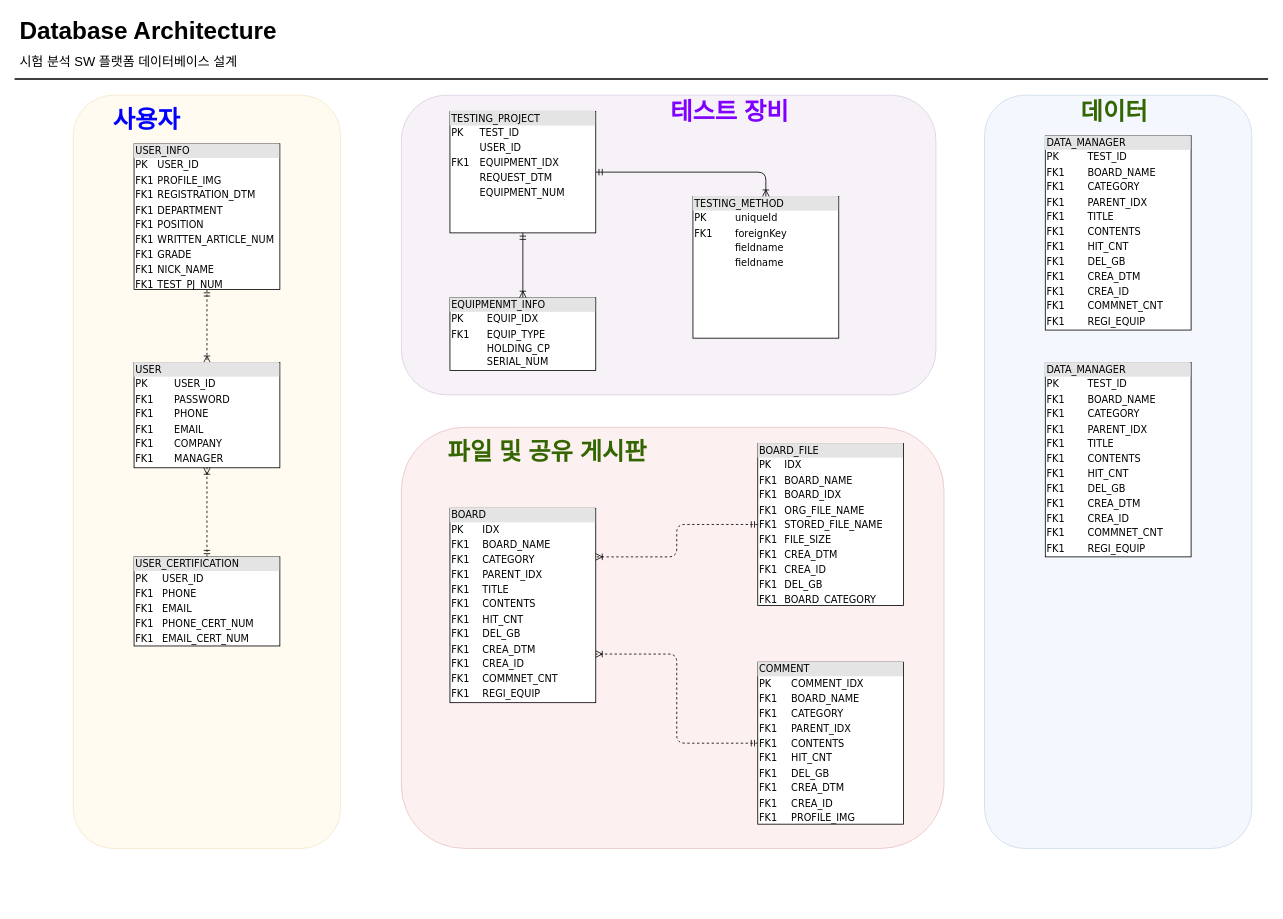
Above: DB_architecture.drawio in penzance-jshan/test (draw.io), before the change. Source tidied: cells renumbered, new cells numbered last; positions are measured from the earlier drawing's top-left corner, leaving out a move shared by most shapes. Both pictures are drawn from the tidied source at 81%, with x=0, y=0 at pixel (14, 14).
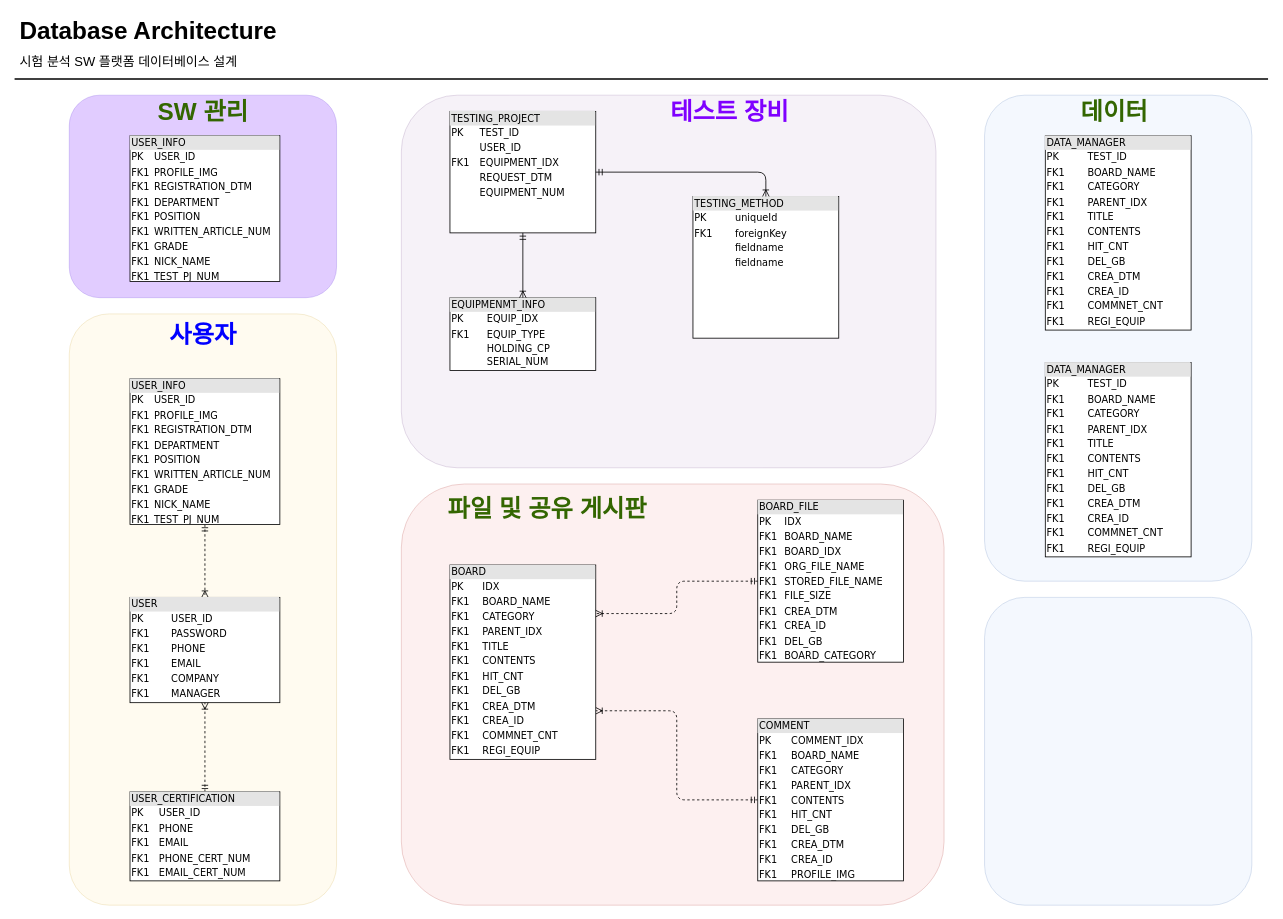
Above is the later version.

Change to the diagram source:
```diff
@@
     <mxCell id="2" style="rounded=1;whiteSpace=wrap;html=1;fillColor=#e1d5e7;strokeColor=#9673a6;opacity=30;" parent="1" vertex="1">
-      <mxGeometry x="478" y="100" width="660" height="370" as="geometry" />
+      <mxGeometry x="478" y="100" width="660" height="460" as="geometry" />
     </mxCell>
     <mxCell id="3" style="rounded=1;whiteSpace=wrap;html=1;fillColor=#f8cecc;strokeColor=#b85450;opacity=30;" parent="1" vertex="1">
-      <mxGeometry x="478" y="510" width="670" height="520" as="geometry" />
+      <mxGeometry x="478" y="580" width="670" height="520" as="geometry" />
     </mxCell>
     <mxCell id="4" style="rounded=1;whiteSpace=wrap;html=1;fillColor=#fff2cc;strokeColor=#d6b656;opacity=30;" parent="1" vertex="1">
-      <mxGeometry x="73" y="100" width="330" height="930" as="geometry" />
+      <mxGeometry x="68" y="370" width="330" height="730" as="geometry" />
     </mxCell>
@@
     <mxCell id="7" value="&lt;div style=&quot;box-sizing: border-box ; width: 100% ; background: #e4e4e4 ; padding: 2px&quot;&gt;USER&lt;/div&gt;&lt;table style=&quot;width: 100% ; font-size: 1em&quot; cellpadding=&quot;2&quot; cellspacing=&quot;0&quot;&gt;&lt;tbody&gt;&lt;tr&gt;&lt;td&gt;PK&lt;/td&gt;&lt;td&gt;USER_ID&lt;/td&gt;&lt;/tr&gt;&lt;tr&gt;&lt;td&gt;FK1&lt;/td&gt;&lt;td&gt;PASSWORD&lt;/td&gt;&lt;/tr&gt;&lt;tr&gt;&lt;td&gt;FK1&lt;/td&gt;&lt;td&gt;PHONE&lt;/td&gt;&lt;/tr&gt;&lt;tr&gt;&lt;td&gt;FK1&lt;br&gt;&lt;/td&gt;&lt;td&gt;EMAIL&lt;/td&gt;&lt;/tr&gt;&lt;tr&gt;&lt;td&gt;FK1&lt;br&gt;&lt;/td&gt;&lt;td&gt;COMPANY&lt;br&gt;&lt;/td&gt;&lt;/tr&gt;&lt;tr&gt;&lt;td&gt;FK1&lt;br&gt;&lt;/td&gt;&lt;td&gt;MANAGER&lt;/td&gt;&lt;/tr&gt;&lt;/tbody&gt;&lt;/table&gt;" style="verticalAlign=top;align=left;overflow=fill;html=1;rounded=0;shadow=0;comic=0;labelBackgroundColor=none;strokeWidth=1;fontFamily=Verdana;fontSize=12;" parent="1" vertex="1">
-      <mxGeometry x="148" y="430" width="180" height="130" as="geometry" />
+      <mxGeometry x="143" y="720" width="185" height="130" as="geometry" />
     </mxCell>
@@
     <mxCell id="13" value="&lt;div style=&quot;box-sizing: border-box ; width: 100% ; background: #e4e4e4 ; padding: 2px&quot;&gt;BOARD&lt;/div&gt;&lt;table style=&quot;width: 100% ; font-size: 1em&quot; cellpadding=&quot;2&quot; cellspacing=&quot;0&quot;&gt;&lt;tbody&gt;&lt;tr&gt;&lt;td&gt;PK&lt;/td&gt;&lt;td&gt;IDX&lt;/td&gt;&lt;/tr&gt;&lt;tr&gt;&lt;td&gt;FK1&lt;/td&gt;&lt;td&gt;BOARD_NAME&lt;/td&gt;&lt;/tr&gt;&lt;tr&gt;&lt;td&gt;FK1&lt;/td&gt;&lt;td&gt;CATEGORY&lt;/td&gt;&lt;/tr&gt;&lt;tr&gt;&lt;td&gt;FK1&lt;br&gt;&lt;/td&gt;&lt;td&gt;PARENT_IDX&lt;br&gt;&lt;/td&gt;&lt;/tr&gt;&lt;tr&gt;&lt;td&gt;FK1&lt;br&gt;&lt;/td&gt;&lt;td&gt;TITLE&lt;br&gt;&lt;/td&gt;&lt;/tr&gt;&lt;tr&gt;&lt;td&gt;FK1&lt;br&gt;&lt;/td&gt;&lt;td&gt;CONTENTS&lt;br&gt;&lt;/td&gt;&lt;/tr&gt;&lt;tr&gt;&lt;td&gt;FK1&lt;br&gt;&lt;/td&gt;&lt;td&gt;HIT_CNT&lt;br&gt;&lt;/td&gt;&lt;/tr&gt;&lt;tr&gt;&lt;td&gt;FK1&lt;br&gt;&lt;/td&gt;&lt;td&gt;DEL_GB&lt;/td&gt;&lt;/tr&gt;&lt;tr&gt;&lt;td&gt;FK1&lt;br&gt;&lt;/td&gt;&lt;td&gt;CREA_DTM&lt;br&gt;&lt;/td&gt;&lt;/tr&gt;&lt;tr&gt;&lt;td&gt;FK1&lt;br&gt;&lt;/td&gt;&lt;td&gt;CREA_ID&lt;br&gt;&lt;/td&gt;&lt;/tr&gt;&lt;tr&gt;&lt;td&gt;FK1&lt;br&gt;&lt;/td&gt;&lt;td&gt;COMMNET_CNT&lt;br&gt;&lt;/td&gt;&lt;/tr&gt;&lt;tr&gt;&lt;td&gt;FK1&lt;br&gt;&lt;/td&gt;&lt;td&gt;REGI_EQUIP&lt;br&gt;&lt;/td&gt;&lt;/tr&gt;&lt;/tbody&gt;&lt;/table&gt;" style="verticalAlign=top;align=left;overflow=fill;html=1;rounded=0;shadow=0;comic=0;labelBackgroundColor=none;strokeWidth=1;fontFamily=Verdana;fontSize=12;" parent="1" vertex="1">
-      <mxGeometry x="538" y="610" width="180" height="240" as="geometry" />
+      <mxGeometry x="538" y="680" width="180" height="240" as="geometry" />
     </mxCell>
@@
     <mxCell id="18" value="&lt;div style=&quot;box-sizing: border-box ; width: 100% ; background: #e4e4e4 ; padding: 2px&quot;&gt;USER_INFO&lt;br&gt;&lt;/div&gt;&lt;table style=&quot;width: 100% ; font-size: 1em&quot; cellpadding=&quot;2&quot; cellspacing=&quot;0&quot;&gt;&lt;tbody&gt;&lt;tr&gt;&lt;td&gt;PK&lt;/td&gt;&lt;td&gt;USER_ID&lt;/td&gt;&lt;/tr&gt;&lt;tr&gt;&lt;td&gt;FK1&lt;/td&gt;&lt;td&gt;PROFILE_IMG&lt;/td&gt;&lt;/tr&gt;&lt;tr&gt;&lt;td&gt;FK1&lt;/td&gt;&lt;td&gt;REGISTRATION_DTM&lt;/td&gt;&lt;/tr&gt;&lt;tr&gt;&lt;td&gt;FK1&lt;br&gt;&lt;/td&gt;&lt;td&gt;DEPARTMENT&lt;/td&gt;&lt;/tr&gt;&lt;tr&gt;&lt;td&gt;FK1&lt;br&gt;&lt;/td&gt;&lt;td&gt;POSITION&lt;br&gt;&lt;/td&gt;&lt;/tr&gt;&lt;tr&gt;&lt;td&gt;FK1&lt;br&gt;&lt;/td&gt;&lt;td&gt;WRITTEN_ARTICLE_NUM&lt;br&gt;&lt;/td&gt;&lt;/tr&gt;&lt;tr&gt;&lt;td&gt;FK1&lt;br&gt;&lt;/td&gt;&lt;td&gt;GRADE&lt;br&gt;&lt;/td&gt;&lt;/tr&gt;&lt;tr&gt;&lt;td&gt;FK1&lt;br&gt;&lt;/td&gt;&lt;td&gt;NICK_NAME&lt;/td&gt;&lt;/tr&gt;&lt;tr&gt;&lt;td&gt;FK1&lt;br&gt;&lt;/td&gt;&lt;td&gt;TEST_PJ_NUM&lt;/td&gt;&lt;/tr&gt;&lt;/tbody&gt;&lt;/table&gt;" style="verticalAlign=top;align=left;overflow=fill;html=1;rounded=0;shadow=0;comic=0;labelBackgroundColor=none;strokeWidth=1;fontFamily=Verdana;fontSize=12;" parent="1" vertex="1">
-      <mxGeometry x="148" y="160" width="180" height="180" as="geometry" />
+      <mxGeometry x="143" y="450" width="185" height="180" as="geometry" />
     </mxCell>
     <mxCell id="19" value="&lt;div style=&quot;box-sizing: border-box ; width: 100% ; background: #e4e4e4 ; padding: 2px&quot;&gt;BOARD_FILE&lt;/div&gt;&lt;table style=&quot;width: 100% ; font-size: 1em&quot; cellpadding=&quot;2&quot; cellspacing=&quot;0&quot;&gt;&lt;tbody&gt;&lt;tr&gt;&lt;td&gt;PK&lt;/td&gt;&lt;td&gt;IDX&lt;/td&gt;&lt;/tr&gt;&lt;tr&gt;&lt;td&gt;FK1&lt;/td&gt;&lt;td&gt;BOARD_NAME&lt;/td&gt;&lt;/tr&gt;&lt;tr&gt;&lt;td&gt;FK1&lt;/td&gt;&lt;td&gt;BOARD_IDX&lt;/td&gt;&lt;/tr&gt;&lt;tr&gt;&lt;td&gt;FK1&lt;br&gt;&lt;/td&gt;&lt;td&gt;ORG_FILE_NAME&lt;br&gt;&lt;/td&gt;&lt;/tr&gt;&lt;tr&gt;&lt;td&gt;FK1&lt;br&gt;&lt;/td&gt;&lt;td&gt;STORED_FILE_NAME&lt;br&gt;&lt;/td&gt;&lt;/tr&gt;&lt;tr&gt;&lt;td&gt;FK1&lt;br&gt;&lt;/td&gt;&lt;td&gt;FILE_SIZE&lt;br&gt;&lt;/td&gt;&lt;/tr&gt;&lt;tr&gt;&lt;td&gt;FK1&lt;br&gt;&lt;/td&gt;&lt;td&gt;CREA_DTM&lt;br&gt;&lt;/td&gt;&lt;/tr&gt;&lt;tr&gt;&lt;td&gt;FK1&lt;br&gt;&lt;/td&gt;&lt;td&gt;CREA_ID&lt;/td&gt;&lt;/tr&gt;&lt;tr&gt;&lt;td&gt;FK1&lt;br&gt;&lt;/td&gt;&lt;td&gt;DEL_GB&lt;br&gt;&lt;/td&gt;&lt;/tr&gt;&lt;tr&gt;&lt;td&gt;FK1&lt;br&gt;&lt;/td&gt;&lt;td&gt;BOARD_CATEGORY&lt;/td&gt;&lt;/tr&gt;&lt;/tbody&gt;&lt;/table&gt;" style="verticalAlign=top;align=left;overflow=fill;html=1;rounded=0;shadow=0;comic=0;labelBackgroundColor=none;strokeWidth=1;fontFamily=Verdana;fontSize=12;" parent="1" vertex="1">
-      <mxGeometry x="918" y="530" width="180" height="200" as="geometry" />
+      <mxGeometry x="918" y="600" width="180" height="200" as="geometry" />
     </mxCell>
     <mxCell id="20" value="&lt;div style=&quot;box-sizing: border-box ; width: 100% ; background: #e4e4e4 ; padding: 2px&quot;&gt;COMMENT&lt;/div&gt;&lt;table style=&quot;width: 100% ; font-size: 1em&quot; cellpadding=&quot;2&quot; cellspacing=&quot;0&quot;&gt;&lt;tbody&gt;&lt;tr&gt;&lt;td&gt;PK&lt;/td&gt;&lt;td&gt;COMMENT_IDX&lt;/td&gt;&lt;/tr&gt;&lt;tr&gt;&lt;td&gt;FK1&lt;/td&gt;&lt;td&gt;BOARD_NAME&lt;/td&gt;&lt;/tr&gt;&lt;tr&gt;&lt;td&gt;FK1&lt;/td&gt;&lt;td&gt;CATEGORY&lt;/td&gt;&lt;/tr&gt;&lt;tr&gt;&lt;td&gt;FK1&lt;br&gt;&lt;/td&gt;&lt;td&gt;PARENT_IDX&lt;br&gt;&lt;/td&gt;&lt;/tr&gt;&lt;tr&gt;&lt;td&gt;FK1&lt;br&gt;&lt;/td&gt;&lt;td&gt;CONTENTS&lt;/td&gt;&lt;/tr&gt;&lt;tr&gt;&lt;td&gt;FK1&lt;br&gt;&lt;/td&gt;&lt;td&gt;HIT_CNT&lt;br&gt;&lt;/td&gt;&lt;/tr&gt;&lt;tr&gt;&lt;td&gt;FK1&lt;br&gt;&lt;/td&gt;&lt;td&gt;DEL_GB&lt;br&gt;&lt;/td&gt;&lt;/tr&gt;&lt;tr&gt;&lt;td&gt;FK1&lt;br&gt;&lt;/td&gt;&lt;td&gt;CREA_DTM&lt;/td&gt;&lt;/tr&gt;&lt;tr&gt;&lt;td&gt;FK1&lt;br&gt;&lt;/td&gt;&lt;td&gt;CREA_ID&lt;br&gt;&lt;/td&gt;&lt;/tr&gt;&lt;tr&gt;&lt;td&gt;FK1&lt;br&gt;&lt;/td&gt;&lt;td&gt;PROFILE_IMG&lt;/td&gt;&lt;/tr&gt;&lt;/tbody&gt;&lt;/table&gt;" style="verticalAlign=top;align=left;overflow=fill;html=1;rounded=0;shadow=0;comic=0;labelBackgroundColor=none;strokeWidth=1;fontFamily=Verdana;fontSize=12;" parent="1" vertex="1">
-      <mxGeometry x="918" y="800" width="180" height="200" as="geometry" />
+      <mxGeometry x="918" y="870" width="180" height="200" as="geometry" />
     </mxCell>
@@
     <mxCell id="22" value="&lt;div style=&quot;box-sizing: border-box ; width: 100% ; background: #e4e4e4 ; padding: 2px&quot;&gt;USER_CERTIFICATION&lt;/div&gt;&lt;table style=&quot;width: 100% ; font-size: 1em&quot; cellpadding=&quot;2&quot; cellspacing=&quot;0&quot;&gt;&lt;tbody&gt;&lt;tr&gt;&lt;td&gt;PK&lt;/td&gt;&lt;td&gt;USER_ID&lt;/td&gt;&lt;/tr&gt;&lt;tr&gt;&lt;td&gt;FK1&lt;/td&gt;&lt;td&gt;PHONE&lt;/td&gt;&lt;/tr&gt;&lt;tr&gt;&lt;td&gt;FK1&lt;/td&gt;&lt;td&gt;EMAIL&lt;/td&gt;&lt;/tr&gt;&lt;tr&gt;&lt;td&gt;FK1&lt;br&gt;&lt;/td&gt;&lt;td&gt;PHONE_CERT_NUM&lt;br&gt;&lt;/td&gt;&lt;/tr&gt;&lt;tr&gt;&lt;td&gt;FK1&lt;br&gt;&lt;/td&gt;&lt;td&gt;EMAIL_CERT_NUM&lt;br&gt;&lt;/td&gt;&lt;/tr&gt;&lt;tr&gt;&lt;td&gt;&lt;/td&gt;&lt;td&gt;&lt;/td&gt;&lt;/tr&gt;&lt;/tbody&gt;&lt;/table&gt;" style="verticalAlign=top;align=left;overflow=fill;html=1;rounded=0;shadow=0;comic=0;labelBackgroundColor=none;strokeWidth=1;fontFamily=Verdana;fontSize=12;" parent="1" vertex="1">
-      <mxGeometry x="148" y="670" width="180" height="110" as="geometry" />
+      <mxGeometry x="143" y="960" width="185" height="110" as="geometry" />
     </mxCell>
     <mxCell id="23" value="사용자" style="text;html=1;align=center;verticalAlign=top;spacingTop=-4;fontSize=30;fontStyle=1;fontColor=#0000FF;" parent="1" vertex="1">
-      <mxGeometry x="108" y="110" width="110" height="40" as="geometry" />
+      <mxGeometry x="178" y="375" width="110" height="40" as="geometry" />
     </mxCell>
@@
     <mxCell id="25" value="파일 및 공유 게시판" style="text;html=1;align=center;verticalAlign=top;spacingTop=-4;fontSize=30;fontStyle=1;fontColor=#336600;" parent="1" vertex="1">
-      <mxGeometry x="518" y="520" width="280" height="40" as="geometry" />
+      <mxGeometry x="518" y="590" width="280" height="40" as="geometry" />
     </mxCell>
     <mxCell id="26" style="rounded=1;whiteSpace=wrap;html=1;fillColor=#dae8fc;strokeColor=#6c8ebf;opacity=30;" parent="1" vertex="1">
-      <mxGeometry x="1198" y="100" width="330" height="930" as="geometry" />
+      <mxGeometry x="1198" y="100" width="330" height="600" as="geometry" />
     </mxCell>
@@
+    <mxCell id="30" style="rounded=1;whiteSpace=wrap;html=1;fillColor=#6a00ff;strokeColor=#3700CC;opacity=20;fontColor=#ffffff;" parent="1" vertex="1">
+      <mxGeometry x="68" y="100" width="330" height="250" as="geometry" />
+    </mxCell>
+    <mxCell id="31" style="rounded=1;whiteSpace=wrap;html=1;fillColor=#dae8fc;strokeColor=#6c8ebf;opacity=30;" parent="1" vertex="1">
+      <mxGeometry x="1198" y="720" width="330" height="380" as="geometry" />
+    </mxCell>
+    <mxCell id="32" value="SW 관리" style="text;html=1;align=center;verticalAlign=top;spacingTop=-4;fontSize=30;fontStyle=1;fontColor=#336600;" parent="1" vertex="1">
+      <mxGeometry x="168" y="100" width="130" height="40" as="geometry" />
+    </mxCell>
+    <mxCell id="33" value="&lt;div style=&quot;box-sizing: border-box ; width: 100% ; background: #e4e4e4 ; padding: 2px&quot;&gt;USER_INFO&lt;br&gt;&lt;/div&gt;&lt;table style=&quot;width: 100% ; font-size: 1em&quot; cellpadding=&quot;2&quot; cellspacing=&quot;0&quot;&gt;&lt;tbody&gt;&lt;tr&gt;&lt;td&gt;PK&lt;/td&gt;&lt;td&gt;USER_ID&lt;/td&gt;&lt;/tr&gt;&lt;tr&gt;&lt;td&gt;FK1&lt;/td&gt;&lt;td&gt;PROFILE_IMG&lt;/td&gt;&lt;/tr&gt;&lt;tr&gt;&lt;td&gt;FK1&lt;/td&gt;&lt;td&gt;REGISTRATION_DTM&lt;/td&gt;&lt;/tr&gt;&lt;tr&gt;&lt;td&gt;FK1&lt;br&gt;&lt;/td&gt;&lt;td&gt;DEPARTMENT&lt;/td&gt;&lt;/tr&gt;&lt;tr&gt;&lt;td&gt;FK1&lt;br&gt;&lt;/td&gt;&lt;td&gt;POSITION&lt;br&gt;&lt;/td&gt;&lt;/tr&gt;&lt;tr&gt;&lt;td&gt;FK1&lt;br&gt;&lt;/td&gt;&lt;td&gt;WRITTEN_ARTICLE_NUM&lt;br&gt;&lt;/td&gt;&lt;/tr&gt;&lt;tr&gt;&lt;td&gt;FK1&lt;br&gt;&lt;/td&gt;&lt;td&gt;GRADE&lt;br&gt;&lt;/td&gt;&lt;/tr&gt;&lt;tr&gt;&lt;td&gt;FK1&lt;br&gt;&lt;/td&gt;&lt;td&gt;NICK_NAME&lt;/td&gt;&lt;/tr&gt;&lt;tr&gt;&lt;td&gt;FK1&lt;br&gt;&lt;/td&gt;&lt;td&gt;TEST_PJ_NUM&lt;/td&gt;&lt;/tr&gt;&lt;/tbody&gt;&lt;/table&gt;" style="verticalAlign=top;align=left;overflow=fill;html=1;rounded=0;shadow=0;comic=0;labelBackgroundColor=none;strokeWidth=1;fontFamily=Verdana;fontSize=12;" parent="1" vertex="1">
+      <mxGeometry x="143" y="150" width="185" height="180" as="geometry" />
+    </mxCell>
```
